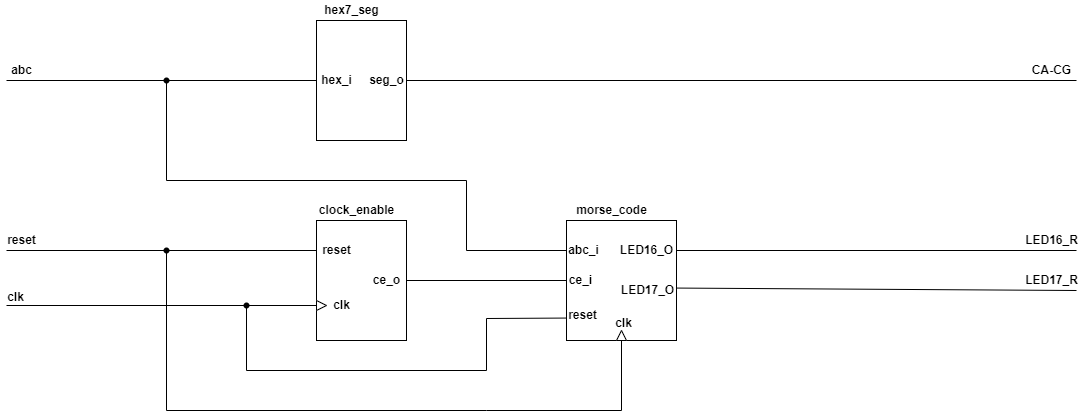
Before: labs/project/top.png, a diagram exported from draw.io (Marxs31/digital-electronics-1). Source tidied: cells renumbered, new cells last; positions are measured from the earlier drawing's top-left corner, leaving out a move shared by most shapes.
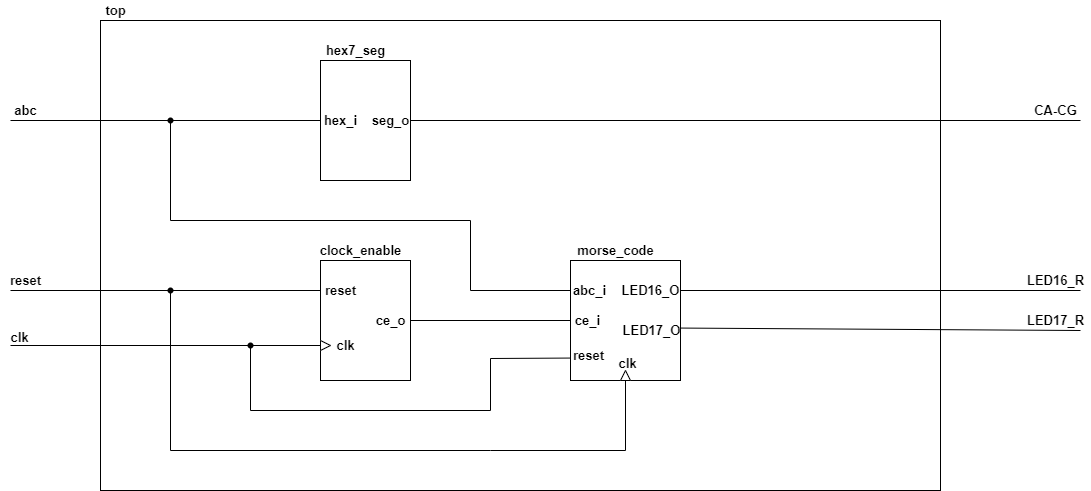
Above is the later version.

The edit, as a diff of the source:
```diff
@@ -2,65 +2,68 @@
   <root>
     <mxCell id="0" />
     <mxCell id="1" parent="0" />
+    <mxCell id="44" style="rounded=0;whiteSpace=wrap;html=1;fontSize=13;" parent="1" vertex="1">
+      <mxGeometry x="96" y="-20" width="840" height="470" as="geometry" />
+    </mxCell>
-    <mxCell id="2" style="rounded=0;whiteSpace=wrap;html=1;" parent="1" vertex="1">
+    <mxCell id="2" style="rounded=0;whiteSpace=wrap;html=1;fontSize=13;" parent="1" vertex="1">
       <mxGeometry x="316" y="220" width="90" height="120" as="geometry" />
     </mxCell>
-    <mxCell id="3" style="rounded=0;whiteSpace=wrap;html=1;" parent="1" vertex="1">
+    <mxCell id="3" style="rounded=0;whiteSpace=wrap;html=1;fontSize=13;" parent="1" vertex="1">
       <mxGeometry x="316" y="20" width="90" height="120" as="geometry" />
     </mxCell>
-    <mxCell id="4" style="endArrow=none;html=1;rounded=0;entryX=0;entryY=0.5;entryDx=0;entryDy=0;startArrow=none;" parent="1" edge="1" source="23" target="3">
+    <mxCell id="4" style="endArrow=none;html=1;rounded=0;entryX=0;entryY=0.5;entryDx=0;entryDy=0;startArrow=none;fontSize=13;" parent="1" edge="1" source="23" target="3">
       <mxGeometry relative="1" as="geometry" />
     </mxCell>
-    <mxCell id="5" style="endArrow=none;html=1;rounded=0;entryX=0;entryY=0.25;entryDx=0;entryDy=0;startArrow=none;" parent="1" edge="1" source="39" target="2">
+    <mxCell id="5" style="endArrow=none;html=1;rounded=0;entryX=0;entryY=0.25;entryDx=0;entryDy=0;startArrow=none;fontSize=13;" parent="1" edge="1" source="39" target="2">
       <mxGeometry relative="1" as="geometry" />
     </mxCell>
-    <mxCell id="6" style="endArrow=none;html=1;rounded=0;startArrow=none;exitDx=0;exitDy=0;" parent="1" edge="1" source="37">
+    <mxCell id="6" style="endArrow=none;html=1;rounded=0;startArrow=none;exitDx=0;exitDy=0;fontSize=13;" parent="1" edge="1" source="37">
       <mxGeometry relative="1" as="geometry">
         <mxPoint x="6" y="305" as="targetPoint" />
       </mxGeometry>
     </mxCell>
-    <mxCell id="7" style="endArrow=none;html=1;rounded=0;exitX=1;exitY=0.5;exitDx=0;exitDy=0;entryX=0;entryY=0.5;entryDx=0;entryDy=0;" parent="1" edge="1" source="2" target="18">
+    <mxCell id="7" style="endArrow=none;html=1;rounded=0;exitX=1;exitY=0.5;exitDx=0;exitDy=0;entryX=0;entryY=0.5;entryDx=0;entryDy=0;fontSize=13;" parent="1" edge="1" source="2" target="18">
       <mxGeometry relative="1" as="geometry" />
     </mxCell>
-    <mxCell id="8" style="endArrow=none;html=1;rounded=0;exitX=1;exitY=0.5;exitDx=0;exitDy=0;" parent="1" edge="1" source="3">
+    <mxCell id="8" style="endArrow=none;html=1;rounded=0;exitX=1;exitY=0.5;exitDx=0;exitDy=0;fontSize=13;" parent="1" edge="1" source="3">
       <mxGeometry relative="1" as="geometry">
         <mxPoint x="1076" y="80" as="targetPoint" />
       </mxGeometry>
     </mxCell>
-    <mxCell id="9" value="&lt;b&gt;hex7_seg&lt;/b&gt;" style="text;html=1;align=center;verticalAlign=middle;strokeColor=none;fillColor=none;" parent="1" vertex="1">
+    <mxCell id="9" value="&lt;b style=&quot;font-size: 13px;&quot;&gt;hex7_seg&lt;/b&gt;" style="text;html=1;align=center;verticalAlign=middle;strokeColor=none;fillColor=none;fontSize=13;" parent="1" vertex="1">
       <mxGeometry x="316" width="70" height="20" as="geometry" />
     </mxCell>
-    <mxCell id="10" value="&lt;b&gt;clock_enable&lt;/b&gt;" style="text;html=1;align=center;verticalAlign=middle;strokeColor=none;fillColor=none;" parent="1" vertex="1">
-      <mxGeometry x="311" y="200" width="90" height="20" as="geometry" />
+    <mxCell id="10" value="&lt;b style=&quot;font-size: 13px;&quot;&gt;clock_enable&lt;/b&gt;" style="text;html=1;align=center;verticalAlign=middle;strokeColor=none;fillColor=none;fontSize=13;" parent="1" vertex="1">
+      <mxGeometry x="306" y="200" width="100" height="20" as="geometry" />
     </mxCell>
-    <mxCell id="11" value="&lt;b&gt;reset&lt;/b&gt;" style="text;html=1;align=center;verticalAlign=middle;strokeColor=none;fillColor=none;" parent="1" vertex="1">
-      <mxGeometry x="316" y="240" width="40" height="20" as="geometry" />
+    <mxCell id="11" value="&lt;b style=&quot;font-size: 13px;&quot;&gt;reset&lt;/b&gt;" style="text;html=1;align=center;verticalAlign=middle;strokeColor=none;fillColor=none;fontSize=13;" parent="1" vertex="1">
+      <mxGeometry x="311" y="240" width="50" height="20" as="geometry" />
     </mxCell>
-    <mxCell id="12" value="&lt;b&gt;clk&lt;/b&gt;" style="text;html=1;align=center;verticalAlign=middle;strokeColor=none;fillColor=none;" parent="1" vertex="1">
+    <mxCell id="12" value="&lt;b style=&quot;font-size: 13px;&quot;&gt;clk&lt;/b&gt;" style="text;html=1;align=center;verticalAlign=middle;strokeColor=none;fillColor=none;fontSize=13;" parent="1" vertex="1">
       <mxGeometry x="326" y="295" width="30" height="20" as="geometry" />
     </mxCell>
-    <mxCell id="13" style="triangle;whiteSpace=wrap;html=1;" parent="1" vertex="1">
+    <mxCell id="13" style="triangle;whiteSpace=wrap;html=1;fontSize=13;" parent="1" vertex="1">
       <mxGeometry x="316" y="300" width="10" height="10" as="geometry" />
     </mxCell>
-    <mxCell id="14" style="endArrow=none;html=1;rounded=0;exitX=0;exitY=0.75;exitDx=0;exitDy=0;" parent="1" edge="1" source="2" target="13">
+    <mxCell id="14" style="endArrow=none;html=1;rounded=0;exitX=0;exitY=0.75;exitDx=0;exitDy=0;fontSize=13;" parent="1" edge="1" source="2" target="13">
       <mxGeometry relative="1" as="geometry" />
     </mxCell>
-    <mxCell id="15" value="&lt;b&gt;hex_i&lt;/b&gt;" style="text;html=1;align=center;verticalAlign=middle;strokeColor=none;fillColor=none;" parent="1" vertex="1">
+    <mxCell id="15" value="&lt;b style=&quot;font-size: 13px;&quot;&gt;hex_i&lt;/b&gt;" style="text;html=1;align=center;verticalAlign=middle;strokeColor=none;fillColor=none;fontSize=13;" parent="1" vertex="1">
       <mxGeometry x="311" y="70" width="50" height="20" as="geometry" />
     </mxCell>
-    <mxCell id="16" value="&lt;b&gt;seg_o&lt;/b&gt;" style="text;html=1;align=center;verticalAlign=middle;strokeColor=none;fillColor=none;" parent="1" vertex="1">
+    <mxCell id="16" value="&lt;b style=&quot;font-size: 13px;&quot;&gt;seg_o&lt;/b&gt;" style="text;html=1;align=center;verticalAlign=middle;strokeColor=none;fillColor=none;fontSize=13;" parent="1" vertex="1">
       <mxGeometry x="361" y="70" width="50" height="20" as="geometry" />
     </mxCell>
-    <mxCell id="17" value="&lt;b&gt;ce_o&lt;/b&gt;" style="text;html=1;align=center;verticalAlign=middle;strokeColor=none;fillColor=none;" parent="1" vertex="1">
-      <mxGeometry x="366" y="270" width="40" height="20" as="geometry" />
+    <mxCell id="17" value="&lt;b style=&quot;font-size: 13px;&quot;&gt;ce_o&lt;/b&gt;" style="text;html=1;align=center;verticalAlign=middle;strokeColor=none;fillColor=none;fontSize=13;" parent="1" vertex="1">
+      <mxGeometry x="361" y="270" width="50" height="20" as="geometry" />
     </mxCell>
-    <mxCell id="18" style="rounded=0;whiteSpace=wrap;html=1;" parent="1" vertex="1">
+    <mxCell id="18" style="rounded=0;whiteSpace=wrap;html=1;fontSize=13;" parent="1" vertex="1">
       <mxGeometry x="566" y="220" width="110" height="120" as="geometry" />
     </mxCell>
-    <mxCell id="19" value="&lt;b&gt;morse_code&lt;/b&gt;" style="text;html=1;align=center;verticalAlign=middle;strokeColor=none;fillColor=none;" parent="1" vertex="1">
+    <mxCell id="19" value="&lt;b style=&quot;font-size: 13px;&quot;&gt;morse_code&lt;/b&gt;" style="text;html=1;align=center;verticalAlign=middle;strokeColor=none;fillColor=none;fontSize=13;" parent="1" vertex="1">
       <mxGeometry x="566" y="200" width="90" height="20" as="geometry" />
     </mxCell>
-    <mxCell id="20" style="endArrow=none;html=1;rounded=0;exitX=0;exitY=0.25;exitDx=0;exitDy=0;" parent="1" edge="1" source="18">
+    <mxCell id="20" style="endArrow=none;html=1;rounded=0;exitX=0;exitY=0.25;exitDx=0;exitDy=0;fontSize=13;" parent="1" edge="1" source="18">
       <mxGeometry relative="1" as="geometry">
         <mxPoint x="166" y="80" as="targetPoint" />
         <Array as="points">
@@ -70,55 +73,55 @@
         </Array>
       </mxGeometry>
     </mxCell>
-    <mxCell id="21" value="&lt;b&gt;abc_i&lt;/b&gt;" style="text;html=1;align=center;verticalAlign=middle;strokeColor=none;fillColor=none;" parent="1" vertex="1">
-      <mxGeometry x="558" y="240" width="50" height="20" as="geometry" />
+    <mxCell id="21" value="&lt;b style=&quot;font-size: 13px;&quot;&gt;abc_i&lt;/b&gt;" style="text;html=1;align=center;verticalAlign=middle;strokeColor=none;fillColor=none;fontSize=13;" parent="1" vertex="1">
+      <mxGeometry x="560" y="240" width="50" height="20" as="geometry" />
     </mxCell>
-    <mxCell id="22" value="&lt;b&gt;ce_i&lt;/b&gt;" style="text;html=1;align=center;verticalAlign=middle;strokeColor=none;fillColor=none;" parent="1" vertex="1">
-      <mxGeometry x="560" y="270" width="40" height="20" as="geometry" />
+    <mxCell id="22" value="&lt;b style=&quot;font-size: 13px;&quot;&gt;ce_i&lt;/b&gt;" style="text;html=1;align=center;verticalAlign=middle;strokeColor=none;fillColor=none;fontSize=13;" parent="1" vertex="1">
+      <mxGeometry x="563" y="270" width="40" height="20" as="geometry" />
     </mxCell>
-    <mxCell id="23" style="shape=waypoint;sketch=0;fillStyle=solid;size=6;points=[];fillColor=none;perimeter=centerPerimeter;snapToPoint=1;" parent="1" vertex="1">
+    <mxCell id="23" style="shape=waypoint;sketch=0;fillStyle=solid;size=6;points=[];fillColor=none;perimeter=centerPerimeter;snapToPoint=1;fontSize=13;" parent="1" vertex="1">
       <mxGeometry x="146" y="60" width="40" height="40" as="geometry" />
     </mxCell>
-    <mxCell id="24" style="endArrow=none;html=1;rounded=0;entryDx=0;entryDy=0;" parent="1" edge="1" target="23">
+    <mxCell id="24" style="endArrow=none;html=1;rounded=0;entryDx=0;entryDy=0;fontSize=13;" parent="1" edge="1" target="23">
       <mxGeometry relative="1" as="geometry">
         <mxPoint x="6" y="80" as="sourcePoint" />
       </mxGeometry>
     </mxCell>
-    <mxCell id="25" value="&lt;b&gt;abc&lt;/b&gt;" style="text;html=1;align=center;verticalAlign=middle;strokeColor=none;fillColor=none;" parent="1" vertex="1">
+    <mxCell id="25" value="&lt;b style=&quot;font-size: 13px;&quot;&gt;abc&lt;/b&gt;" style="text;html=1;align=center;verticalAlign=middle;strokeColor=none;fillColor=none;fontSize=13;" parent="1" vertex="1">
       <mxGeometry x="1" y="60" width="40" height="20" as="geometry" />
     </mxCell>
-    <mxCell id="26" value="&lt;b&gt;reset&lt;/b&gt;" style="text;html=1;align=center;verticalAlign=middle;strokeColor=none;fillColor=none;" parent="1" vertex="1">
-      <mxGeometry x="1" y="230" width="40" height="20" as="geometry" />
+    <mxCell id="26" value="&lt;b style=&quot;font-size: 13px;&quot;&gt;reset&lt;/b&gt;" style="text;html=1;align=center;verticalAlign=middle;strokeColor=none;fillColor=none;fontSize=13;" parent="1" vertex="1">
+      <mxGeometry x="-4" y="230" width="50" height="20" as="geometry" />
     </mxCell>
-    <mxCell id="27" value="&lt;b&gt;clk&lt;/b&gt;" style="text;html=1;align=center;verticalAlign=middle;strokeColor=none;fillColor=none;" parent="1" vertex="1">
+    <mxCell id="27" value="&lt;b style=&quot;font-size: 13px;&quot;&gt;clk&lt;/b&gt;" style="text;html=1;align=center;verticalAlign=middle;strokeColor=none;fillColor=none;fontSize=13;" parent="1" vertex="1">
       <mxGeometry y="287" width="30" height="20" as="geometry" />
     </mxCell>
-    <mxCell id="28" style="endArrow=none;html=1;rounded=0;entryX=1;entryY=0.25;entryDx=0;entryDy=0;" parent="1" edge="1" target="18">
+    <mxCell id="28" style="endArrow=none;html=1;rounded=0;entryX=1;entryY=0.25;entryDx=0;entryDy=0;fontSize=13;" parent="1" edge="1" target="18">
       <mxGeometry relative="1" as="geometry">
         <mxPoint x="1076" y="250" as="sourcePoint" />
       </mxGeometry>
     </mxCell>
-    <mxCell id="29" style="endArrow=none;html=1;rounded=0;exitX=1;exitY=0.563;exitDx=0;exitDy=0;exitPerimeter=0;" parent="1" edge="1" source="18">
+    <mxCell id="29" style="endArrow=none;html=1;rounded=0;exitX=1;exitY=0.563;exitDx=0;exitDy=0;exitPerimeter=0;fontSize=13;" parent="1" edge="1" source="18">
       <mxGeometry relative="1" as="geometry">
         <mxPoint x="1076" y="290" as="targetPoint" />
       </mxGeometry>
     </mxCell>
-    <mxCell id="30" value="&lt;b&gt;LED16_O&lt;/b&gt;" style="text;html=1;align=center;verticalAlign=middle;strokeColor=none;fillColor=none;" parent="1" vertex="1">
+    <mxCell id="30" value="&lt;b style=&quot;font-size: 13px;&quot;&gt;LED16_O&lt;/b&gt;" style="text;html=1;align=center;verticalAlign=middle;strokeColor=none;fillColor=none;fontSize=13;" parent="1" vertex="1">
       <mxGeometry x="611" y="240" width="70" height="20" as="geometry" />
     </mxCell>
-    <mxCell id="31" value="&lt;b&gt;LED17_O&lt;/b&gt;" style="text;html=1;align=center;verticalAlign=middle;strokeColor=none;fillColor=none;" parent="1" vertex="1">
+    <mxCell id="31" value="&lt;b style=&quot;font-size: 13px;&quot;&gt;LED17_O&lt;/b&gt;" style="text;html=1;align=center;verticalAlign=middle;strokeColor=none;fillColor=none;fontSize=13;" parent="1" vertex="1">
       <mxGeometry x="612" y="280" width="70" height="20" as="geometry" />
     </mxCell>
-    <mxCell id="32" value="&lt;b&gt;CA-CG&lt;/b&gt;" style="text;html=1;align=center;verticalAlign=middle;strokeColor=none;fillColor=none;" parent="1" vertex="1">
-      <mxGeometry x="1026" y="60" width="50" height="20" as="geometry" />
+    <mxCell id="32" value="&lt;b style=&quot;font-size: 13px;&quot;&gt;CA-CG&lt;/b&gt;" style="text;html=1;align=center;verticalAlign=middle;strokeColor=none;fillColor=none;fontSize=13;" parent="1" vertex="1">
+      <mxGeometry x="1021" y="60" width="60" height="20" as="geometry" />
     </mxCell>
-    <mxCell id="33" value="&lt;b&gt;LED16_R&lt;/b&gt;" style="text;html=1;align=center;verticalAlign=middle;strokeColor=none;fillColor=none;" parent="1" vertex="1">
+    <mxCell id="33" value="&lt;b style=&quot;font-size: 13px;&quot;&gt;LED16_R&lt;/b&gt;" style="text;html=1;align=center;verticalAlign=middle;strokeColor=none;fillColor=none;fontSize=13;" parent="1" vertex="1">
       <mxGeometry x="1016" y="230" width="70" height="20" as="geometry" />
     </mxCell>
-    <mxCell id="34" value="&lt;b&gt;LED17_R&lt;/b&gt;" style="text;html=1;align=center;verticalAlign=middle;strokeColor=none;fillColor=none;" parent="1" vertex="1">
+    <mxCell id="34" value="&lt;b style=&quot;font-size: 13px;&quot;&gt;LED17_R&lt;/b&gt;" style="text;html=1;align=center;verticalAlign=middle;strokeColor=none;fillColor=none;fontSize=13;" parent="1" vertex="1">
       <mxGeometry x="1016" y="270" width="70" height="20" as="geometry" />
     </mxCell>
-    <mxCell id="35" style="endArrow=none;html=1;rounded=0;exitX=0.5;exitY=1;exitDx=0;exitDy=0;" parent="1" edge="1" source="18">
+    <mxCell id="35" style="endArrow=none;html=1;rounded=0;exitX=0.5;exitY=1;exitDx=0;exitDy=0;fontSize=13;" parent="1" edge="1" source="18">
       <mxGeometry relative="1" as="geometry">
         <mxPoint x="166" y="250" as="targetPoint" />
         <Array as="points">
@@ -128,7 +131,7 @@
         </Array>
       </mxGeometry>
     </mxCell>
-    <mxCell id="36" style="endArrow=none;html=1;rounded=0;entryX=-0.008;entryY=0.813;entryDx=0;entryDy=0;entryPerimeter=0;exitX=0.507;exitY=0.57;exitDx=0;exitDy=0;exitPerimeter=0;" parent="1" edge="1" source="37" target="18">
+    <mxCell id="36" style="endArrow=none;html=1;rounded=0;entryX=-0.008;entryY=0.813;entryDx=0;entryDy=0;entryPerimeter=0;exitX=0.507;exitY=0.57;exitDx=0;exitDy=0;exitPerimeter=0;fontSize=13;" parent="1" edge="1" source="37" target="18">
       <mxGeometry relative="1" as="geometry">
         <Array as="points">
           <mxPoint x="246" y="370" />
@@ -137,28 +140,31 @@
         </Array>
       </mxGeometry>
     </mxCell>
-    <mxCell id="37" style="shape=waypoint;sketch=0;fillStyle=solid;size=6;points=[];fillColor=none;perimeter=centerPerimeter;snapToPoint=1;" parent="1" vertex="1">
+    <mxCell id="37" style="shape=waypoint;sketch=0;fillStyle=solid;size=6;points=[];fillColor=none;perimeter=centerPerimeter;snapToPoint=1;fontSize=13;" parent="1" vertex="1">
       <mxGeometry x="226" y="285" width="40" height="40" as="geometry" />
     </mxCell>
-    <mxCell id="38" style="endArrow=none;html=1;rounded=0;startArrow=none;exitX=0;exitY=0.5;exitDx=0;exitDy=0;" parent="1" edge="1" source="13" target="37">
+    <mxCell id="38" style="endArrow=none;html=1;rounded=0;startArrow=none;exitX=0;exitY=0.5;exitDx=0;exitDy=0;fontSize=13;" parent="1" edge="1" source="13" target="37">
       <mxGeometry relative="1" as="geometry" />
     </mxCell>
-    <mxCell id="39" style="shape=waypoint;sketch=0;fillStyle=solid;size=6;points=[];fillColor=none;perimeter=centerPerimeter;snapToPoint=1;" parent="1" vertex="1">
+    <mxCell id="39" style="shape=waypoint;sketch=0;fillStyle=solid;size=6;points=[];fillColor=none;perimeter=centerPerimeter;snapToPoint=1;fontSize=13;" parent="1" vertex="1">
       <mxGeometry x="146" y="230" width="40" height="40" as="geometry" />
     </mxCell>
-    <mxCell id="40" style="endArrow=none;html=1;rounded=0;entryDx=0;entryDy=0;" parent="1" edge="1" target="39">
+    <mxCell id="40" style="endArrow=none;html=1;rounded=0;entryDx=0;entryDy=0;fontSize=13;" parent="1" edge="1" target="39">
       <mxGeometry relative="1" as="geometry">
         <mxPoint x="6" y="250" as="sourcePoint" />
       </mxGeometry>
     </mxCell>
-    <mxCell id="41" value="&lt;b&gt;clk&lt;/b&gt;" style="text;html=1;align=center;verticalAlign=middle;strokeColor=none;fillColor=none;" parent="1" vertex="1">
+    <mxCell id="41" value="&lt;b style=&quot;font-size: 13px;&quot;&gt;clk&lt;/b&gt;" style="text;html=1;align=center;verticalAlign=middle;strokeColor=none;fillColor=none;fontSize=13;" parent="1" vertex="1">
       <mxGeometry x="608" y="313" width="30" height="20" as="geometry" />
     </mxCell>
-    <mxCell id="42" value="&lt;b&gt;reset&lt;/b&gt;" style="text;html=1;align=center;verticalAlign=middle;strokeColor=none;fillColor=none;" parent="1" vertex="1">
-      <mxGeometry x="562" y="305" width="40" height="20" as="geometry" />
+    <mxCell id="42" value="&lt;b style=&quot;font-size: 13px;&quot;&gt;reset&lt;/b&gt;" style="text;html=1;align=center;verticalAlign=middle;strokeColor=none;fillColor=none;fontSize=13;" parent="1" vertex="1">
+      <mxGeometry x="559" y="305" width="50" height="20" as="geometry" />
     </mxCell>
-    <mxCell id="43" style="triangle;whiteSpace=wrap;html=1;rotation=-90;" parent="1" vertex="1">
+    <mxCell id="43" style="triangle;whiteSpace=wrap;html=1;rotation=-90;fontSize=13;" parent="1" vertex="1">
       <mxGeometry x="616" y="330" width="10" height="10" as="geometry" />
     </mxCell>
+    <mxCell id="45" value="&lt;b style=&quot;font-size: 13px;&quot;&gt;top&lt;/b&gt;" style="text;html=1;align=center;verticalAlign=middle;strokeColor=none;fillColor=none;fontSize=13;" parent="1" vertex="1">
+      <mxGeometry x="91" y="-40" width="40" height="20" as="geometry" />
+    </mxCell>
   </root>
 </mxGraphModel>
```
